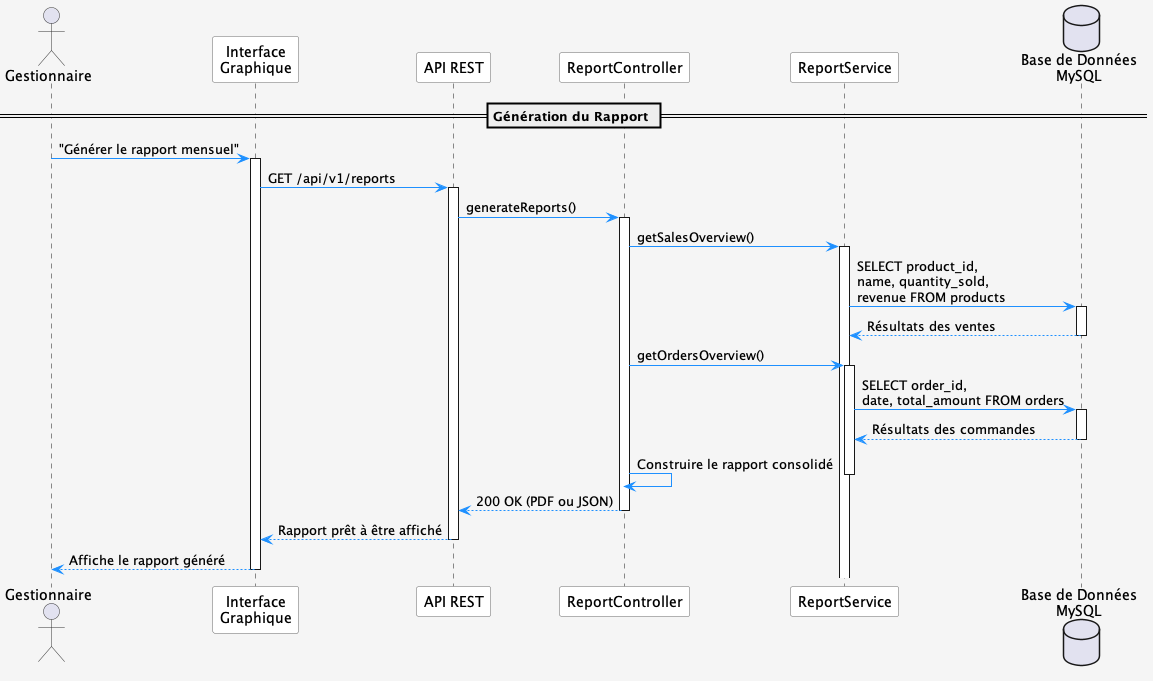
Before: out/docs_lab2/UML/RuntimeViewUC1/UC1 - Génération et consultation de rapport.png, a diagram exported from PlantUML (ErwanDerrien/GestionnaireMagasin).
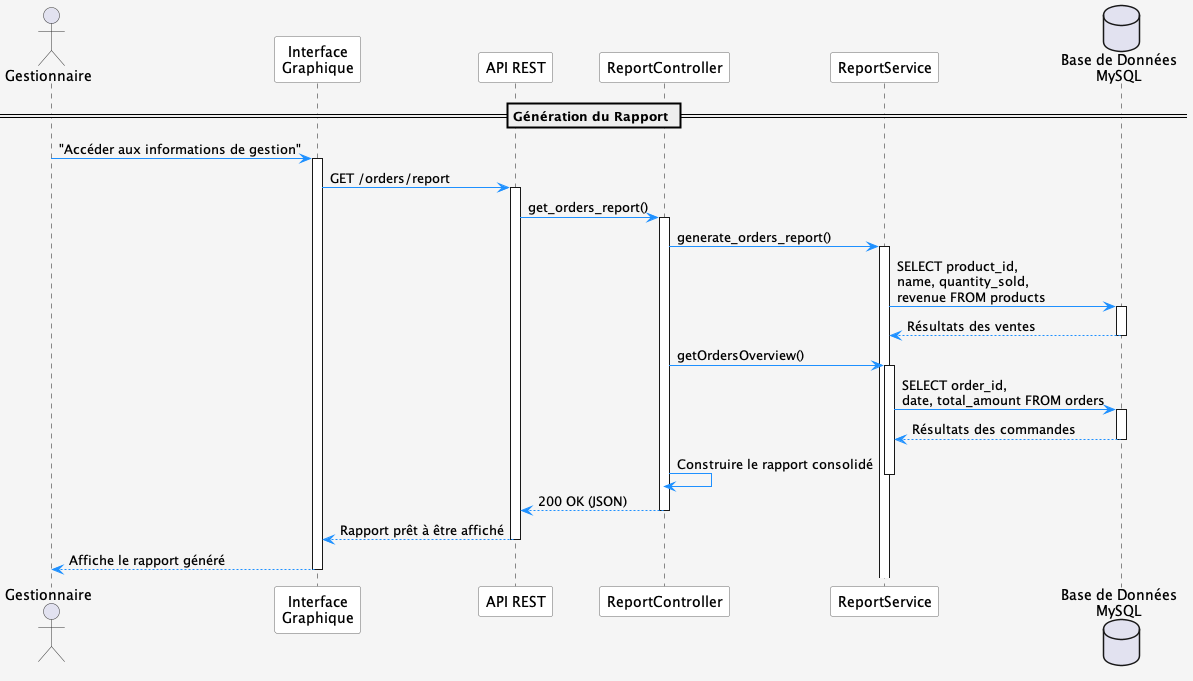
Above is the later version.

Diff of the diagram source:
```diff
@@ -17,16 +17,16 @@
 
 == Génération du Rapport ==
 
-ge -> ui : "Générer le rapport mensuel"
+ge -> ui : "Accéder aux informations de gestion"
 activate ui
 
-ui -> api : GET /api/v1/reports
+ui -> api : GET /orders/report
 activate api
 
-api -> controller : generateReports()
+api -> controller : get_orders_report()
 activate controller
 
-controller -> service : getSalesOverview()
+controller -> service : generate_orders_report()
 activate service
 
 service -> db : SELECT product_id,\nname, quantity_sold,\nrevenue FROM products
@@ -45,7 +45,7 @@
 controller -> controller : Construire le rapport consolidé
 deactivate service
 
-controller --> api : 200 OK (PDF ou JSON)
+controller --> api : 200 OK (JSON)
 deactivate controller
 
 api --> ui : Rapport prêt à être affiché
```
